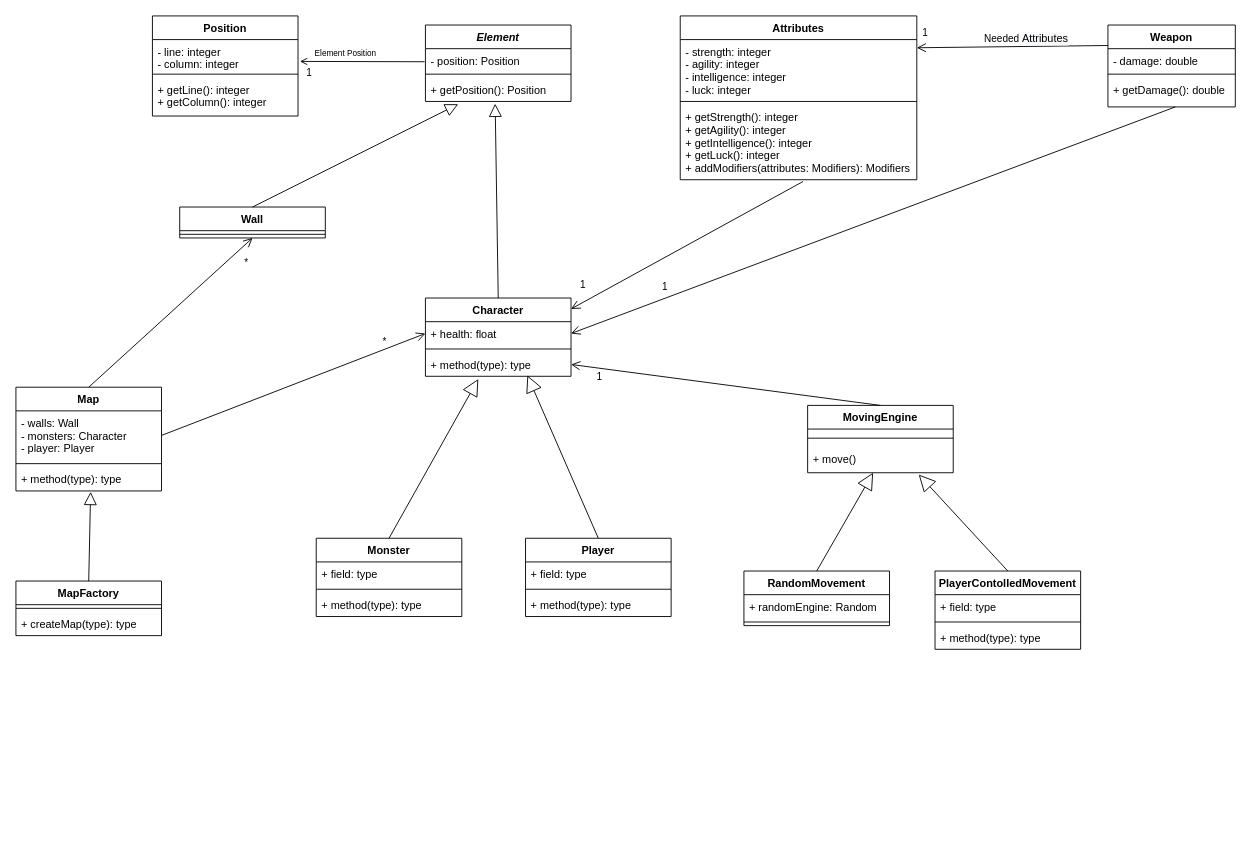
Above: page "Model" (1 of 2) of docs/UMLDiagram.drawio in marhcouto/fallout0 (draw.io), before the change. Source tidied: cells renumbered, new cells numbered last; positions are measured from the earlier drawing's top-left corner, leaving out a move shared by most shapes. Both pictures are drawn from the tidied source at 91%, with x=0, y=0 at pixel (15, 15).
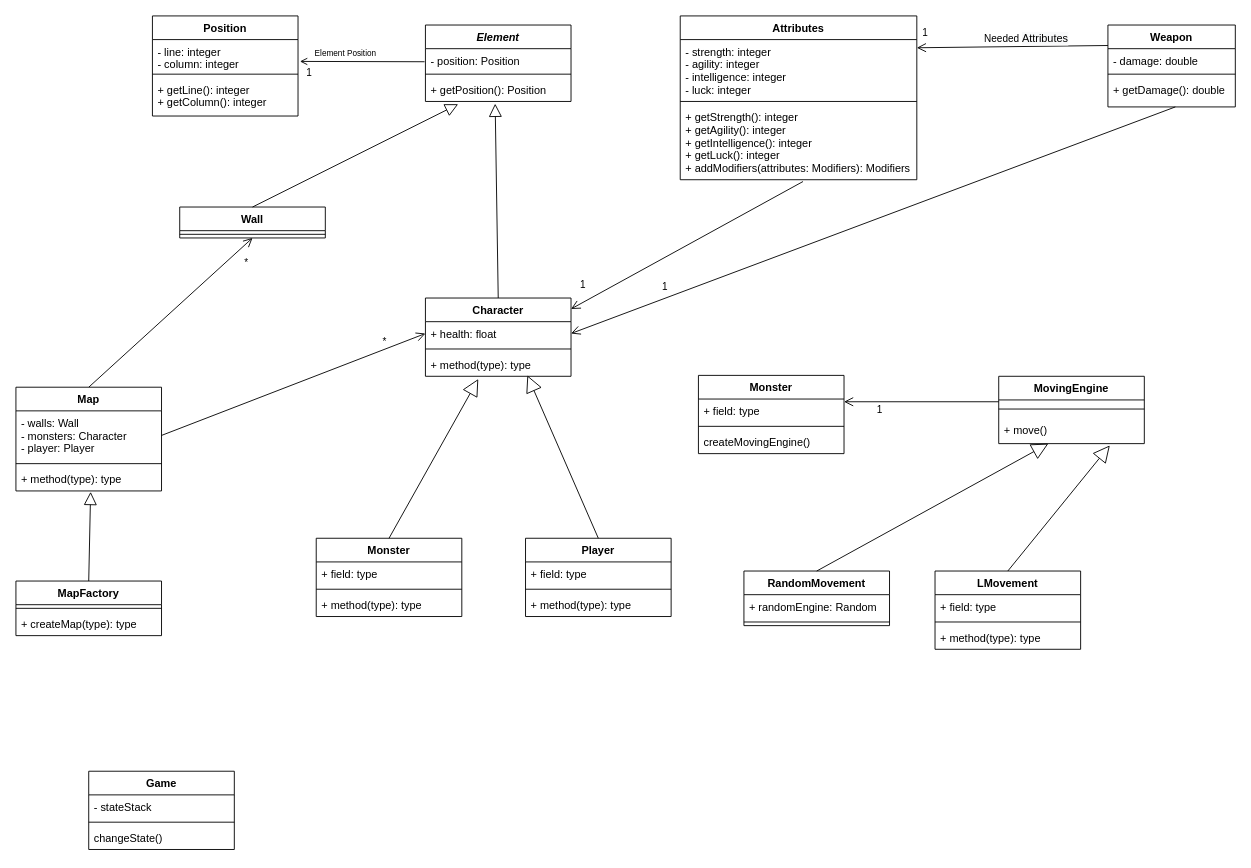
The same diagram, later.

Commit message (it also covers changes not shown here):
Correcting report

The change refers to these unchanged cells:
```xml
<mxCell id="53" value="+ method(type): type" style="text;strokeColor=none;fillColor=none;align=left;verticalAlign=top;spacingLeft=4;spacingRight=4;overflow=hidden;points=[[0,0.5],[1,0.5]];portConstraint=eastwest;" parent="50" vertex="1">
  <mxGeometry y="60" width="160" height="26" as="geometry" />
</mxCell>
```

The edit, as a diff of the source:
```diff
@@
     <mxCell id="32" value="MovingEngine" style="swimlane;fontStyle=1;align=center;verticalAlign=top;horizontal=1;startSize=26;" parent="1" vertex="1">
-      <mxGeometry x="870" y="428" width="160" height="74" as="geometry" />
+      <mxGeometry x="1080" y="396" width="160" height="74" as="geometry" />
     </mxCell>
@@
-    <mxCell id="38" value="PlayerContolledMovement" style="swimlane;fontStyle=1;align=center;verticalAlign=top;horizontal=1;startSize=26;" parent="1" vertex="1">
+    <mxCell id="38" value="LMovement" style="swimlane;fontStyle=1;align=center;verticalAlign=top;horizontal=1;startSize=26;" parent="1" vertex="1">
       <mxGeometry x="1010" y="610" width="160" height="86" as="geometry" />
     </mxCell>
@@
-    <mxCell id="48" style="html=1;verticalAlign=bottom;endArrow=open;endSize=8;entryX=1;entryY=0.5;entryDx=0;entryDy=0;exitX=0.5;exitY=0;exitDx=0;exitDy=0;" parent="1" edge="1" source="32" target="53">
-      <mxGeometry relative="1" as="geometry" />
+    <mxCell id="48" style="html=1;verticalAlign=bottom;endArrow=open;endSize=8;" parent="1" edge="1">
+      <mxGeometry relative="1" as="geometry">
+        <mxPoint x="1080" y="424" as="sourcePoint" />
+        <mxPoint x="910" y="424" as="targetPoint" />
+      </mxGeometry>
     </mxCell>
     <mxCell id="49" value="1" style="edgeLabel;html=1;align=center;verticalAlign=middle;" parent="48" vertex="1">
       <mxGeometry x="0.56" relative="1" as="geometry">
-        <mxPoint x="-43.4" y="3.8" as="offset" />
+        <mxPoint x="1.7" y="8" as="offset" />
       </mxGeometry>
     </mxCell>
@@
+    <mxCell id="71" value="Game" style="swimlane;fontStyle=1;align=center;verticalAlign=top;horizontal=1;startSize=26;" parent="1" vertex="1">
+      <mxGeometry x="80" y="830" width="160" height="86" as="geometry" />
+    </mxCell>
+    <mxCell id="72" value="- stateStack" style="text;strokeColor=none;fillColor=none;align=left;verticalAlign=top;spacingLeft=4;spacingRight=4;overflow=hidden;" parent="71" vertex="1">
+      <mxGeometry y="26" width="160" height="26" as="geometry" />
+    </mxCell>
+    <mxCell id="73" style="line;strokeWidth=1;fillColor=none;align=left;verticalAlign=middle;spacingTop=-1;spacingLeft=3;spacingRight=3;labelPosition=right;" parent="71" vertex="1">
+      <mxGeometry y="52" width="160" height="8" as="geometry" />
+    </mxCell>
+    <mxCell id="74" value="changeState()" style="text;strokeColor=none;fillColor=none;align=left;verticalAlign=top;spacingLeft=4;spacingRight=4;overflow=hidden;" parent="71" vertex="1">
+      <mxGeometry y="60" width="160" height="26" as="geometry" />
+    </mxCell>
+    <mxCell id="75" value="Monster" style="swimlane;fontStyle=1;align=center;verticalAlign=top;horizontal=1;startSize=26;" parent="1" vertex="1">
+      <mxGeometry x="750" y="395" width="160" height="86" as="geometry" />
+    </mxCell>
+    <mxCell id="76" value="+ field: type" style="text;strokeColor=none;fillColor=none;align=left;verticalAlign=top;spacingLeft=4;spacingRight=4;overflow=hidden;" parent="75" vertex="1">
+      <mxGeometry y="26" width="160" height="26" as="geometry" />
+    </mxCell>
+    <mxCell id="77" style="line;strokeWidth=1;fillColor=none;align=left;verticalAlign=middle;spacingTop=-1;spacingLeft=3;spacingRight=3;labelPosition=right;" parent="75" vertex="1">
+      <mxGeometry y="52" width="160" height="8" as="geometry" />
+    </mxCell>
+    <mxCell id="78" value="createMovingEngine()" style="text;strokeColor=none;fillColor=none;align=left;verticalAlign=top;spacingLeft=4;spacingRight=4;overflow=hidden;" parent="75" vertex="1">
+      <mxGeometry y="60" width="160" height="26" as="geometry" />
+    </mxCell>
```
